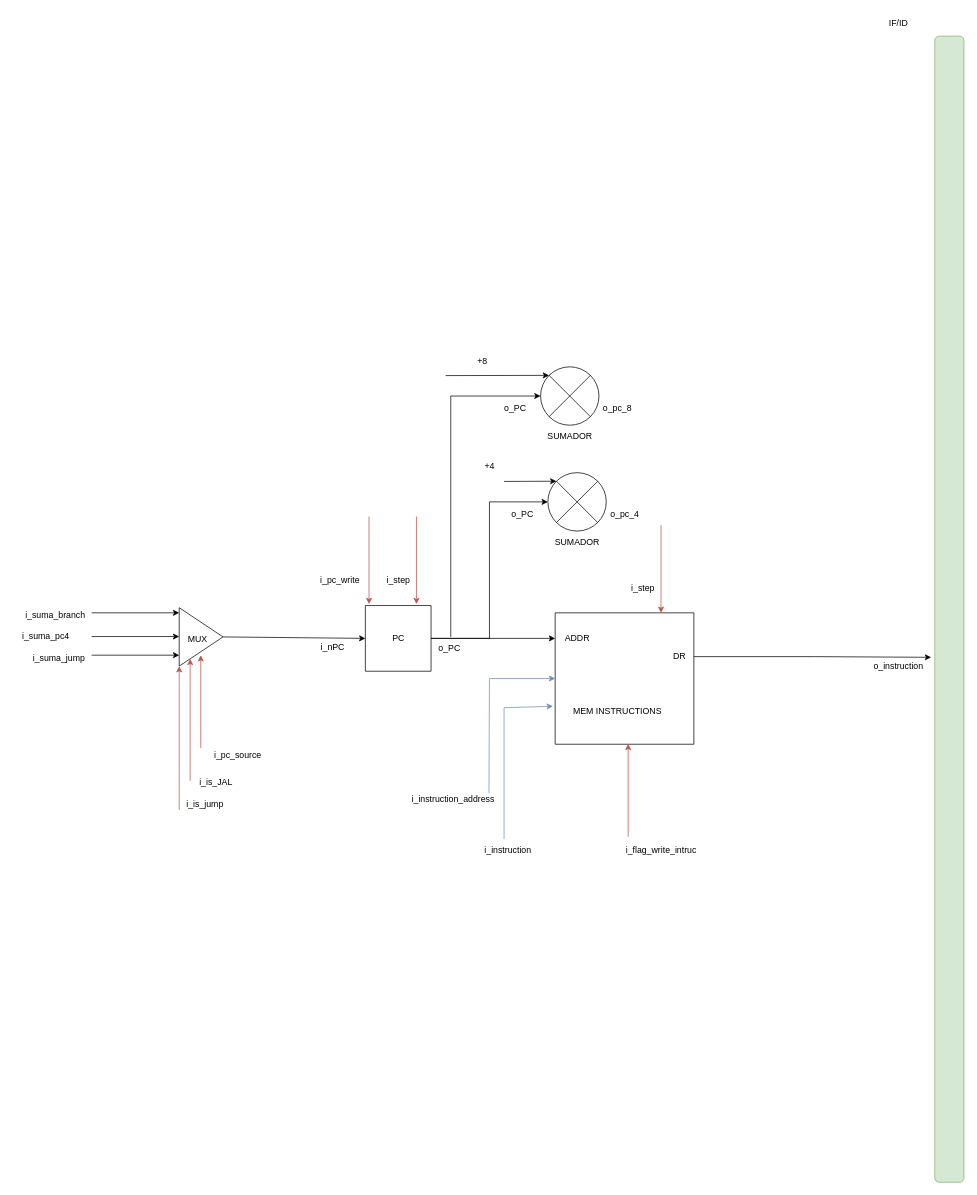
IgnacioAichinoUNC/MIPS-ARQ keeps this draw.io diagram as page "IF" (2 of 2) of Diseño/MIPS.drawio. Above is the earlier version. Source tidied: cells renumbered, new cells numbered last; positions are measured from the earlier drawing's top-left corner, leaving out a move shared by most shapes. Both pictures are drawn from the tidied source at 73%, with x=0, y=0 at pixel (12, 12).
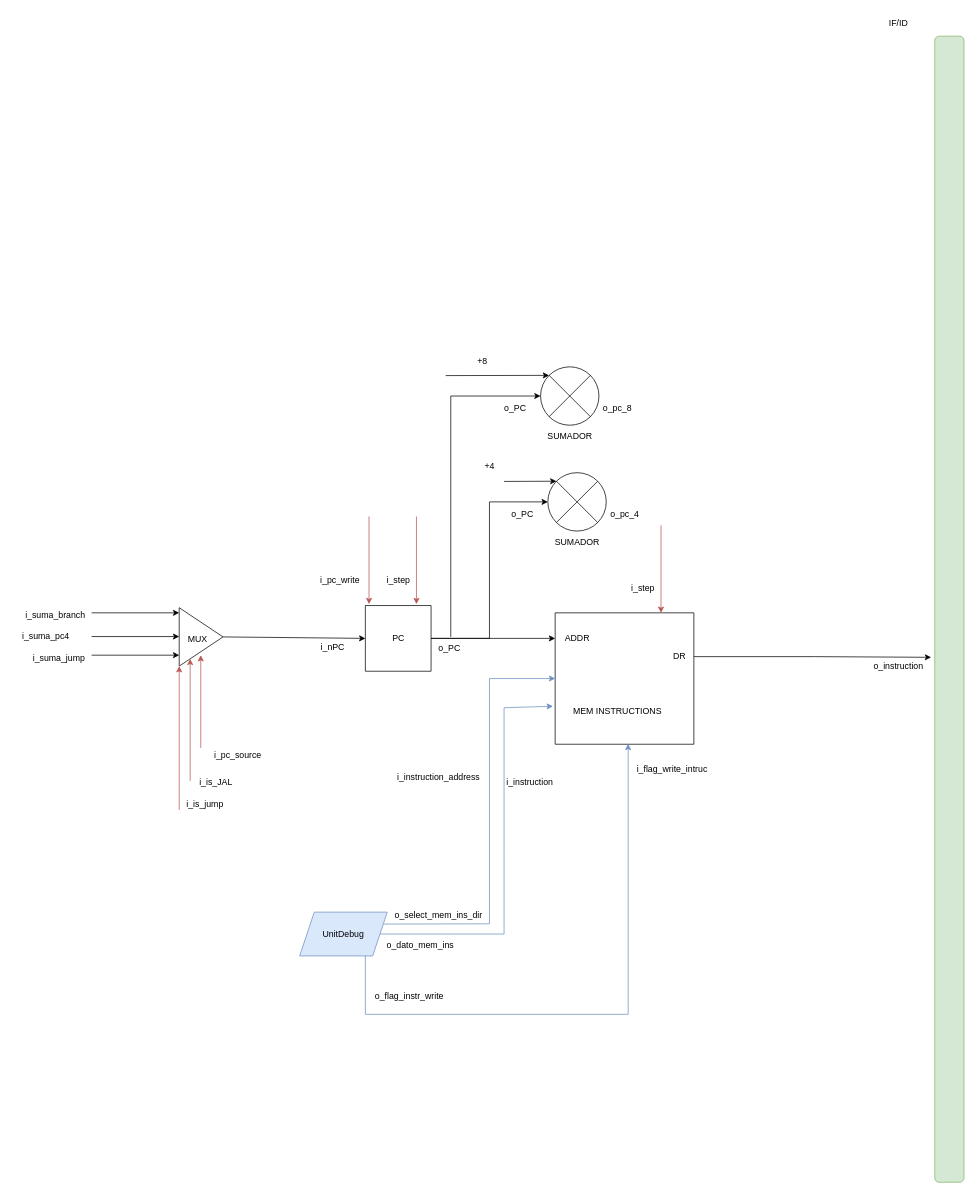
The same page after the edit.

The change refers to these unchanged cells:
```xml
<mxCell id="6" style="swimlane;startSize=0;" parent="1" vertex="1">
  <mxGeometry x="743" y="822" width="190" height="180" as="geometry" />
</mxCell>
```

The edit, as a diff of the source:
```diff
@@
-    <mxCell id="29" style="endArrow=classic;html=1;rounded=0;entryX=0;entryY=0.5;entryDx=0;entryDy=0;fillColor=#dae8fc;strokeColor=#6c8ebf;" parent="1" edge="1" target="6">
+    <mxCell id="29" style="endArrow=classic;html=1;rounded=0;entryX=0;entryY=0.5;entryDx=0;entryDy=0;fillColor=#dae8fc;strokeColor=#6c8ebf;exitX=1;exitY=0.25;exitDx=0;exitDy=0;" parent="1" edge="1" source="59" target="6">
       <mxGeometry relative="1" as="geometry">
-        <mxPoint x="652.3" y="1069" as="sourcePoint" />
         <Array as="points">
+          <mxPoint x="653" y="1248" />
           <mxPoint x="653" y="912" />
         </Array>
       </mxGeometry>
     </mxCell>
     <mxCell id="30" value="i_instruction_address" style="text;html=1;align=center;verticalAlign=middle;strokeColor=none;fillColor=none;" parent="1" vertex="1">
-      <mxGeometry x="533" y="1062" width="140" height="30" as="geometry" />
+      <mxGeometry x="513" y="1032" width="140" height="30" as="geometry" />
     </mxCell>
-    <mxCell id="31" style="endArrow=classic;html=1;rounded=0;entryX=0.5;entryY=1;entryDx=0;entryDy=0;fillColor=#f8cecc;strokeColor=#b85450;" parent="1" edge="1">
+    <mxCell id="31" style="endArrow=classic;html=1;rounded=0;entryX=0.5;entryY=1;entryDx=0;entryDy=0;fillColor=#dae8fc;strokeColor=#6c8ebf;exitX=0.75;exitY=1;exitDx=0;exitDy=0;" parent="1" edge="1" source="59">
       <mxGeometry relative="1" as="geometry">
-        <mxPoint x="843" y="1128.5" as="sourcePoint" />
         <mxPoint x="843" y="1001.5" as="targetPoint" />
+        <Array as="points">
+          <mxPoint x="483" y="1372" />
+          <mxPoint x="843" y="1372" />
+        </Array>
       </mxGeometry>
     </mxCell>
     <mxCell id="32" value="i_flag_write_intruc" style="text;html=1;align=center;verticalAlign=middle;strokeColor=none;fillColor=none;" parent="1" vertex="1">
-      <mxGeometry x="828" y="1132" width="120" height="30" as="geometry" />
+      <mxGeometry x="843" y="1022" width="120" height="30" as="geometry" />
     </mxCell>
@@
-    <mxCell id="57" style="endArrow=classic;html=1;rounded=0;entryX=-0.016;entryY=0.711;entryDx=0;entryDy=0;fillColor=#dae8fc;strokeColor=#6c8ebf;entryPerimeter=0;" parent="1" edge="1" target="6">
+    <mxCell id="57" style="endArrow=classic;html=1;rounded=0;entryX=-0.016;entryY=0.711;entryDx=0;entryDy=0;fillColor=#dae8fc;strokeColor=#6c8ebf;entryPerimeter=0;exitX=1;exitY=0.5;exitDx=0;exitDy=0;" parent="1" edge="1" source="59" target="6">
       <mxGeometry relative="1" as="geometry">
-        <mxPoint x="673" y="1132" as="sourcePoint" />
         <Array as="points">
+          <mxPoint x="673" y="1262" />
+          <mxPoint x="673" y="1152" />
           <mxPoint x="673" y="952" />
         </Array>
       </mxGeometry>
     </mxCell>
     <mxCell id="58" value="i_instruction" style="text;html=1;align=center;verticalAlign=middle;strokeColor=none;fillColor=none;" parent="1" vertex="1">
-      <mxGeometry x="633" y="1132" width="90" height="30" as="geometry" />
+      <mxGeometry x="663" y="1040" width="90" height="30" as="geometry" />
     </mxCell>
+    <mxCell id="59" value="UnitDebug" style="shape=parallelogram;perimeter=parallelogramPerimeter;whiteSpace=wrap;html=1;fixedSize=1;fillColor=#dae8fc;strokeColor=#6c8ebf;" parent="1" vertex="1">
+      <mxGeometry x="393" y="1232" width="120" height="60" as="geometry" />
+    </mxCell>
+    <mxCell id="60" value="o_dato_mem_ins" style="text;html=1;align=center;verticalAlign=middle;strokeColor=none;fillColor=none;" parent="1" vertex="1">
+      <mxGeometry x="498" y="1262" width="120" height="30" as="geometry" />
+    </mxCell>
+    <mxCell id="61" value="o_select_mem_ins_dir" style="text;html=1;align=center;verticalAlign=middle;strokeColor=none;fillColor=none;" parent="1" vertex="1">
+      <mxGeometry x="513" y="1222" width="140" height="30" as="geometry" />
+    </mxCell>
+    <mxCell id="62" value="o_flag_instr_write" style="text;html=1;align=center;verticalAlign=middle;strokeColor=none;fillColor=none;" parent="1" vertex="1">
+      <mxGeometry x="483" y="1332" width="120" height="30" as="geometry" />
+    </mxCell>
```
